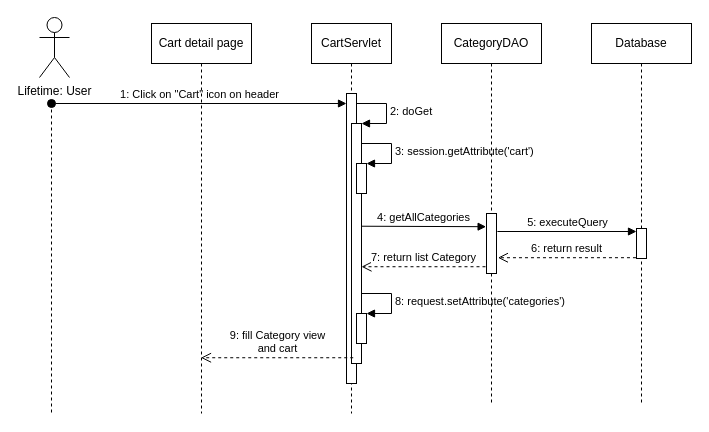
Above: page "cart2" (4 of 6) of te7.drawio in baspdd/desktop-tutorial (draw.io), before the change. Source tidied: cells renumbered, new cells numbered last; positions are measured from the earlier drawing's top-left corner, leaving out a move shared by most shapes. Both pictures are drawn from the tidied source at 100%, with x=0, y=0 at pixel (39, 17).
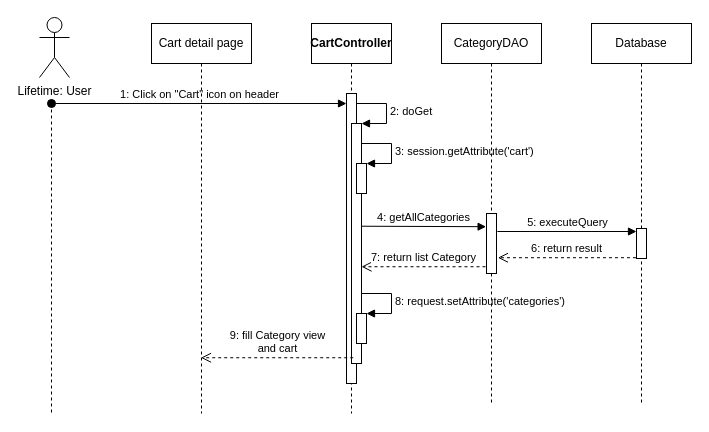
Above is the later version.

What changed in the source:
```diff
@@
-    <mxCell id="4" value="CartServlet" style="shape=umlLifeline;perimeter=lifelinePerimeter;whiteSpace=wrap;html=1;" parent="1" vertex="1">
+    <mxCell id="4" value="&lt;span style=&quot;font-weight: 700;&quot;&gt;CartController&lt;/span&gt;" style="shape=umlLifeline;perimeter=lifelinePerimeter;whiteSpace=wrap;html=1;" parent="1" vertex="1">
       <mxGeometry x="272" y="6" width="80" height="390" as="geometry" />
     </mxCell>
```
